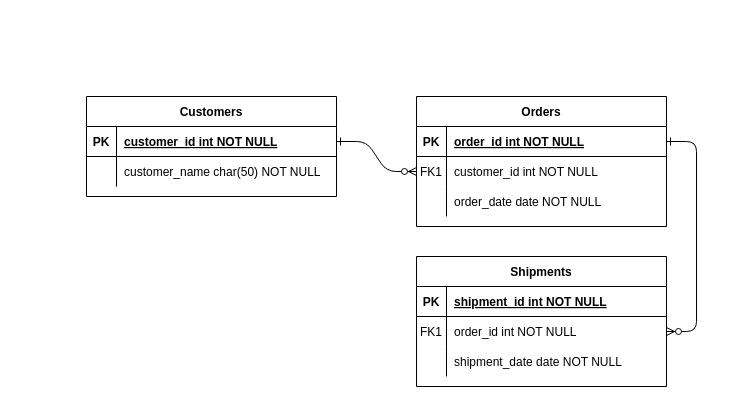
Above: Untitled Diagram.drawio in tsioryras/conception_bigscreen (draw.io), before the change. Source tidied: cells renumbered, new cells numbered last; positions are measured from the earlier drawing's top-left corner, leaving out a move shared by most shapes. Both pictures are drawn from the tidied source at 100%, with x=0, y=0 at pixel (86, 96).
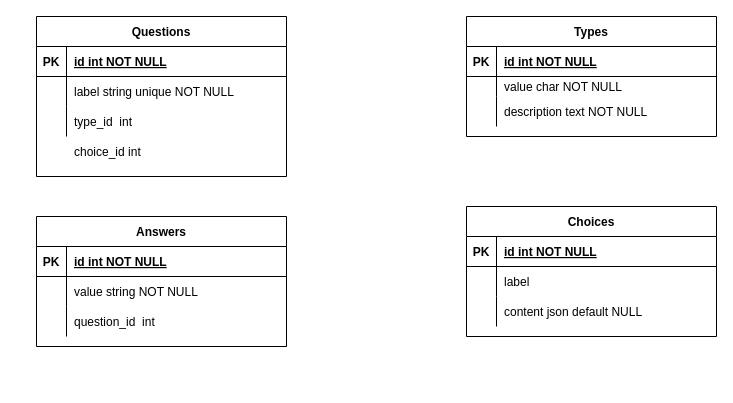
The same diagram, later.

Commit message:
bigscreen_scheme

Unchanged cells that the change refers to:
```xml
<mxCell id="5" style="shape=partialRectangle;fillColor=none;points=[[0,0.5],[1,0.5]];portConstraint=eastwest;top=0;left=0;right=0;bottom=1;" parent="4" vertex="1">
  <mxGeometry y="30" width="250" height="30" as="geometry" />
</mxCell>
<mxCell id="15" style="shape=partialRectangle;fillColor=none;top=0;left=0;right=0;bottom=1;" parent="14" vertex="1">
  <mxGeometry y="30" width="250" height="30" as="geometry" />
</mxCell>
<mxCell id="18" style="shape=partialRectangle;fillColor=none;points=[[0,0.5],[1,0.5]];portConstraint=eastwest;top=0;left=0;right=0;bottom=0;" parent="14" vertex="1">
  <mxGeometry y="60" width="250" height="30" as="geometry" />
</mxCell>
<mxCell id="21" style="shape=partialRectangle;fillColor=none;top=0;left=0;right=0;bottom=0;" parent="14" vertex="1">
  <mxGeometry y="90" width="250" height="30" as="geometry" />
</mxCell>
<mxCell id="25" style="shape=partialRectangle;fillColor=none;points=[[0,0.5],[1,0.5]];portConstraint=eastwest;top=0;left=0;right=0;bottom=1;" parent="24" vertex="1">
  <mxGeometry y="30" width="250" height="30" as="geometry" />
</mxCell>
<mxCell id="28" style="shape=partialRectangle;fillColor=none;top=0;left=0;right=0;bottom=0;" parent="24" vertex="1">
  <mxGeometry y="60" width="250" height="30" as="geometry" />
</mxCell>
```

The edit, as a diff of the source:
```diff
@@
-    <mxCell id="2" style="edgeStyle=entityRelationEdgeStyle;endArrow=ERzeroToMany;startArrow=ERone;endFill=1;startFill=0;" parent="1" edge="1" source="25" target="8">
-      <mxGeometry relative="1" as="geometry" />
-    </mxCell>
-    <mxCell id="3" style="edgeStyle=entityRelationEdgeStyle;endArrow=ERzeroToMany;startArrow=ERone;endFill=1;startFill=0;" parent="1" edge="1" source="5" target="18">
-      <mxGeometry relative="1" as="geometry" />
-    </mxCell>
+    <mxCell id="31" style="shape=partialRectangle;fillColor=none;top=0;left=0;right=0;bottom=0;" parent="1" vertex="1">
+      <mxGeometry x="-70" y="20" width="250" height="30" as="geometry" />
+    </mxCell>
+    <mxCell id="32" style="shape=partialRectangle;overflow=hidden;fillColor=none;top=0;left=0;bottom=0;right=0;" parent="31" vertex="1">
+      <mxGeometry width="30" height="30" as="geometry" />
+    </mxCell>
+    <mxCell id="33" value="choice_id int " style="shape=partialRectangle;overflow=hidden;fillColor=none;top=0;left=0;bottom=0;right=0;align=left;spacingLeft=6;" parent="1" vertex="1">
+      <mxGeometry x="-20" y="40" width="220" height="29" as="geometry" />
+    </mxCell>
-    <mxCell id="4" value="Orders" style="shape=table;startSize=30;childLayout=tableLayout;rowLines=0;fontStyle=1;align=center;" parent="1" vertex="1">
-      <mxGeometry x="330" width="250" height="130" as="geometry" />
+    <mxCell id="4" value="Types" style="shape=table;startSize=30;childLayout=tableLayout;rowLines=0;fontStyle=1;align=center;" parent="1" vertex="1">
+      <mxGeometry x="380" y="-80" width="250" height="120" as="geometry" />
     </mxCell>
@@
-    <mxCell id="7" value="order_id int NOT NULL " style="shape=partialRectangle;overflow=hidden;fillColor=none;top=0;left=0;bottom=0;right=0;align=left;spacingLeft=6;fontStyle=5;" parent="5" vertex="1">
+    <mxCell id="7" value="id int NOT NULL " style="shape=partialRectangle;overflow=hidden;fillColor=none;top=0;left=0;bottom=0;right=0;align=left;spacingLeft=6;fontStyle=5;" parent="5" vertex="1">
       <mxGeometry x="30" width="220" height="30" as="geometry" />
     </mxCell>
     <mxCell id="8" style="shape=partialRectangle;fillColor=none;points=[[0,0.5],[1,0.5]];portConstraint=eastwest;top=0;left=0;right=0;bottom=0;" parent="4" vertex="1">
-      <mxGeometry y="60" width="250" height="30" as="geometry" />
+      <mxGeometry y="60" width="250" height="20" as="geometry" />
     </mxCell>
-    <mxCell id="9" value="FK1" style="shape=partialRectangle;overflow=hidden;fillColor=none;top=0;left=0;bottom=0;right=0;" parent="8" vertex="1">
-      <mxGeometry width="30" height="30" as="geometry" />
+    <mxCell id="9" style="shape=partialRectangle;overflow=hidden;fillColor=none;top=0;left=0;bottom=0;right=0;" parent="8" vertex="1">
+      <mxGeometry width="30" height="20" as="geometry" />
     </mxCell>
-    <mxCell id="10" value="customer_id int NOT NULL" style="shape=partialRectangle;overflow=hidden;fillColor=none;top=0;left=0;bottom=0;right=0;align=left;spacingLeft=6;" parent="8" vertex="1">
-      <mxGeometry x="30" width="220" height="30" as="geometry" />
+    <mxCell id="10" value="value char NOT NULL" style="shape=partialRectangle;overflow=hidden;fillColor=none;top=0;left=0;bottom=0;right=0;align=left;spacingLeft=6;" parent="8" vertex="1">
+      <mxGeometry x="30" width="220" height="20" as="geometry" />
     </mxCell>
     <mxCell id="11" style="shape=partialRectangle;fillColor=none;top=0;left=0;right=0;bottom=0;" parent="4" vertex="1">
-      <mxGeometry y="90" width="250" height="30" as="geometry" />
+      <mxGeometry y="80" width="250" height="30" as="geometry" />
     </mxCell>
@@
-    <mxCell id="13" value="order_date date NOT NULL" style="shape=partialRectangle;overflow=hidden;fillColor=none;top=0;left=0;bottom=0;right=0;align=left;spacingLeft=6;" parent="11" vertex="1">
+    <mxCell id="13" value="description text NOT NULL" style="shape=partialRectangle;overflow=hidden;fillColor=none;top=0;left=0;bottom=0;right=0;align=left;spacingLeft=6;" parent="11" vertex="1">
       <mxGeometry x="30" width="220" height="30" as="geometry" />
     </mxCell>
-    <mxCell id="14" value="Shipments" style="shape=table;startSize=30;childLayout=tableLayout;rowLines=0;fontStyle=1;align=center;" parent="1" vertex="1">
-      <mxGeometry x="330" y="160" width="250" height="130" as="geometry" />
+    <mxCell id="14" value="Choices" style="shape=table;startSize=30;childLayout=tableLayout;rowLines=0;fontStyle=1;align=center;" parent="1" vertex="1">
+      <mxGeometry x="380" y="110" width="250" height="130" as="geometry" />
     </mxCell>
@@
-    <mxCell id="17" value="shipment_id int NOT NULL " style="shape=partialRectangle;overflow=hidden;fillColor=none;top=0;left=0;bottom=0;right=0;align=left;spacingLeft=6;fontStyle=5;" parent="15" vertex="1">
+    <mxCell id="17" value="id int NOT NULL " style="shape=partialRectangle;overflow=hidden;fillColor=none;top=0;left=0;bottom=0;right=0;align=left;spacingLeft=6;fontStyle=5;" parent="15" vertex="1">
       <mxGeometry x="30" width="220" height="30" as="geometry" />
     </mxCell>
@@
-    <mxCell id="19" value="FK1" style="shape=partialRectangle;overflow=hidden;fillColor=none;top=0;left=0;bottom=0;right=0;" parent="18" vertex="1">
+    <mxCell id="19" style="shape=partialRectangle;overflow=hidden;fillColor=none;top=0;left=0;bottom=0;right=0;" parent="18" vertex="1">
       <mxGeometry width="30" height="30" as="geometry" />
     </mxCell>
-    <mxCell id="20" value="order_id int NOT NULL" style="shape=partialRectangle;overflow=hidden;fillColor=none;top=0;left=0;bottom=0;right=0;align=left;spacingLeft=6;" parent="18" vertex="1">
+    <mxCell id="20" value="label" style="shape=partialRectangle;overflow=hidden;fillColor=none;top=0;left=0;bottom=0;right=0;align=left;spacingLeft=6;" parent="18" vertex="1">
       <mxGeometry x="30" width="220" height="30" as="geometry" />
     </mxCell>
@@
-    <mxCell id="23" value="shipment_date date NOT NULL" style="shape=partialRectangle;overflow=hidden;fillColor=none;top=0;left=0;bottom=0;right=0;align=left;spacingLeft=6;" parent="21" vertex="1">
+    <mxCell id="23" value="content json default NULL" style="shape=partialRectangle;overflow=hidden;fillColor=none;top=0;left=0;bottom=0;right=0;align=left;spacingLeft=6;" parent="21" vertex="1">
       <mxGeometry x="30" width="220" height="30" as="geometry" />
     </mxCell>
+    <mxCell id="34" value="Answers" style="shape=table;startSize=30;childLayout=tableLayout;rowLines=0;fontStyle=1;align=center;" parent="1" vertex="1">
+      <mxGeometry x="-50" y="120" width="250" height="130" as="geometry" />
+    </mxCell>
+    <mxCell id="35" style="shape=partialRectangle;fillColor=none;top=0;left=0;right=0;bottom=1;" parent="34" vertex="1">
+      <mxGeometry y="30" width="250" height="30" as="geometry" />
+    </mxCell>
+    <mxCell id="36" value="PK" style="shape=partialRectangle;overflow=hidden;fillColor=none;top=0;left=0;bottom=0;right=0;fontStyle=1;" parent="35" vertex="1">
+      <mxGeometry width="30" height="30" as="geometry" />
+    </mxCell>
+    <mxCell id="37" value="id int NOT NULL " style="shape=partialRectangle;overflow=hidden;fillColor=none;top=0;left=0;bottom=0;right=0;align=left;spacingLeft=6;fontStyle=5;" parent="35" vertex="1">
+      <mxGeometry x="30" width="220" height="30" as="geometry" />
+    </mxCell>
+    <mxCell id="38" style="shape=partialRectangle;fillColor=none;top=0;left=0;right=0;bottom=0;" parent="34" vertex="1">
+      <mxGeometry y="60" width="250" height="30" as="geometry" />
+    </mxCell>
+    <mxCell id="39" style="shape=partialRectangle;overflow=hidden;fillColor=none;top=0;left=0;bottom=0;right=0;" parent="38" vertex="1">
+      <mxGeometry width="30" height="30" as="geometry" />
+    </mxCell>
+    <mxCell id="40" value="value string NOT NULL" style="shape=partialRectangle;overflow=hidden;fillColor=none;top=0;left=0;bottom=0;right=0;align=left;spacingLeft=6;" parent="38" vertex="1">
+      <mxGeometry x="30" width="220" height="30" as="geometry" />
+    </mxCell>
+    <mxCell id="41" style="shape=partialRectangle;fillColor=none;top=0;left=0;right=0;bottom=0;" parent="34" vertex="1">
+      <mxGeometry y="90" width="250" height="30" as="geometry" />
+    </mxCell>
+    <mxCell id="42" style="shape=partialRectangle;overflow=hidden;fillColor=none;top=0;left=0;bottom=0;right=0;" parent="41" vertex="1">
+      <mxGeometry width="30" height="30" as="geometry" />
+    </mxCell>
+    <mxCell id="43" value="question_id  int" style="shape=partialRectangle;overflow=hidden;fillColor=none;top=0;left=0;bottom=0;right=0;align=left;spacingLeft=6;" parent="41" vertex="1">
+      <mxGeometry x="30" width="220" height="30" as="geometry" />
+    </mxCell>
-    <mxCell id="24" value="Customers" style="shape=table;startSize=30;childLayout=tableLayout;rowLines=0;fontStyle=1;align=center;" parent="1" vertex="1">
-      <mxGeometry width="250" height="100" as="geometry" />
+    <mxCell id="24" value="Questions" style="shape=table;startSize=30;childLayout=tableLayout;rowLines=0;fontStyle=1;align=center;" parent="1" vertex="1">
+      <mxGeometry x="-50" y="-80" width="250" height="160" as="geometry" />
     </mxCell>
@@
-    <mxCell id="27" value="customer_id int NOT NULL " style="shape=partialRectangle;overflow=hidden;fillColor=none;top=0;left=0;bottom=0;right=0;align=left;spacingLeft=6;fontStyle=5;" parent="25" vertex="1">
+    <mxCell id="27" value="id int NOT NULL " style="shape=partialRectangle;overflow=hidden;fillColor=none;top=0;left=0;bottom=0;right=0;align=left;spacingLeft=6;fontStyle=5;" parent="25" vertex="1">
       <mxGeometry x="30" width="220" height="30" as="geometry" />
     </mxCell>
@@
-    <mxCell id="30" value="customer_name char(50) NOT NULL" style="shape=partialRectangle;overflow=hidden;fillColor=none;top=0;left=0;bottom=0;right=0;align=left;spacingLeft=6;" parent="28" vertex="1">
+    <mxCell id="30" value="label string unique NOT NULL" style="shape=partialRectangle;overflow=hidden;fillColor=none;top=0;left=0;bottom=0;right=0;align=left;spacingLeft=6;" parent="28" vertex="1">
       <mxGeometry x="30" width="220" height="30" as="geometry" />
     </mxCell>
+    <mxCell id="44" style="shape=partialRectangle;fillColor=none;top=0;left=0;right=0;bottom=0;" parent="24" vertex="1">
+      <mxGeometry y="90" width="250" height="30" as="geometry" />
+    </mxCell>
+    <mxCell id="45" style="shape=partialRectangle;overflow=hidden;fillColor=none;top=0;left=0;bottom=0;right=0;" parent="44" vertex="1">
+      <mxGeometry width="30" height="30" as="geometry" />
+    </mxCell>
+    <mxCell id="46" value="type_id  int" style="shape=partialRectangle;overflow=hidden;fillColor=none;top=0;left=0;bottom=0;right=0;align=left;spacingLeft=6;" parent="44" vertex="1">
+      <mxGeometry x="30" width="220" height="30" as="geometry" />
+    </mxCell>
```
